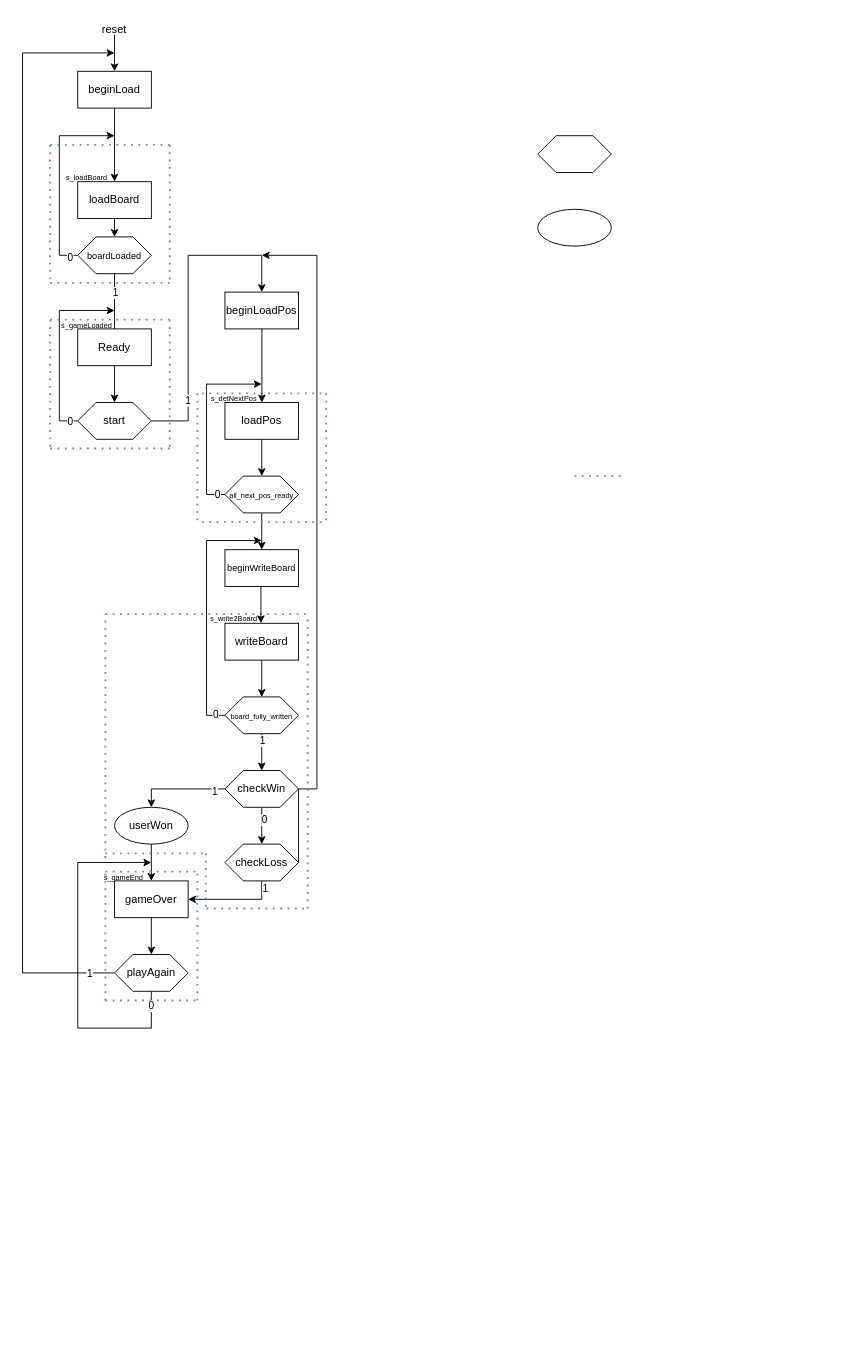
Before: desc/PacManUpdateBoardLogic.drawio in lspaya05/PacMan-FPGA, a draw.io diagram. Source tidied: cells renumbered, new cells numbered last; positions are measured from the earlier drawing's top-left corner, leaving out a move shared by most shapes. Both pictures are drawn from the tidied source at 92%, with x=0, y=0 at pixel (22, 16).
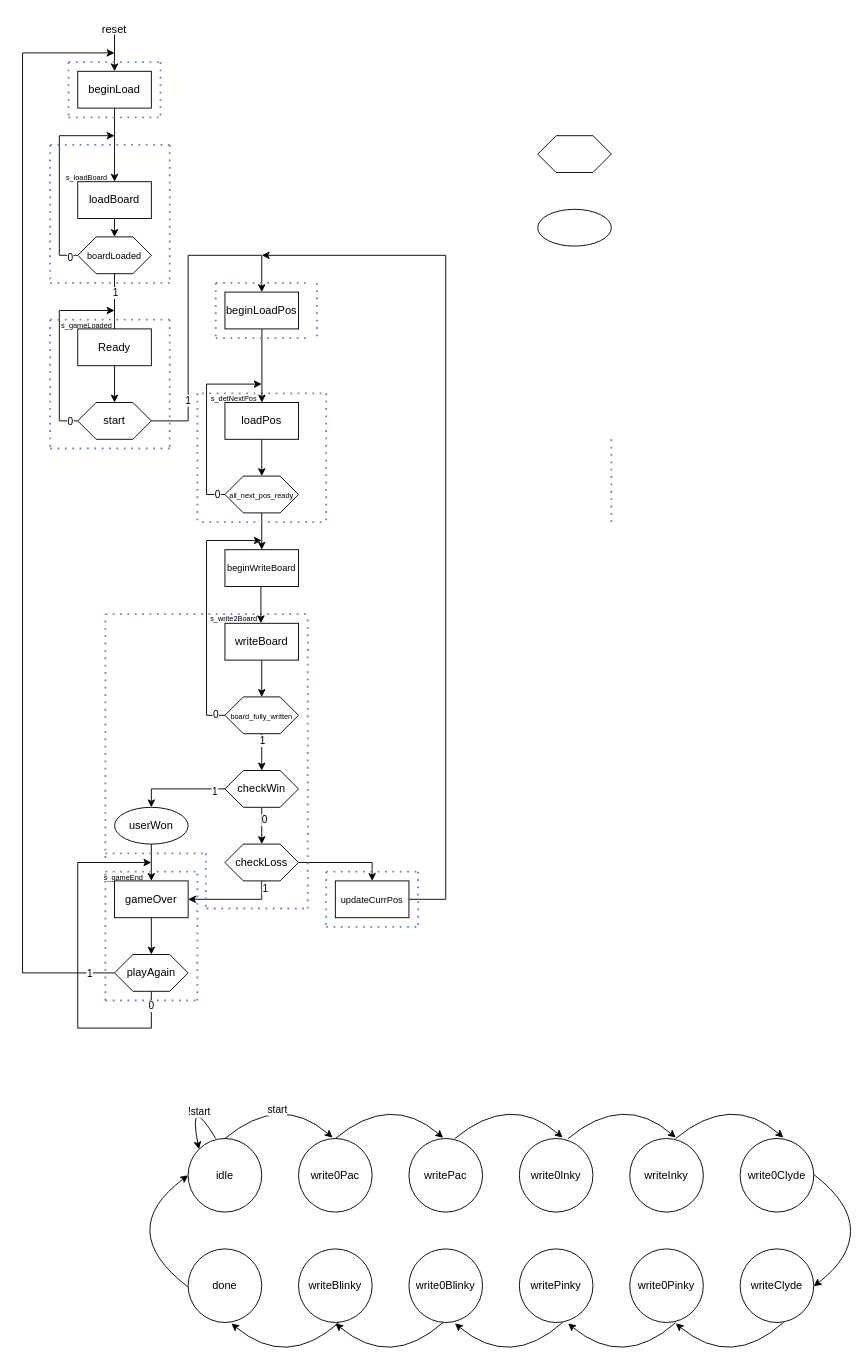
The same diagram, later.

The change refers to these unchanged cells:
```xml
<mxCell id="45" value="checkLoss" style="shape=hexagon;perimeter=hexagonPerimeter2;whiteSpace=wrap;html=1;fixedSize=1;size=20;" parent="1" vertex="1">
  <mxGeometry x="220" y="900" width="80" height="40" as="geometry" />
</mxCell>
```

What changed in the source:
```diff
@@
-    <mxCell id="44" style="edgeStyle=orthogonalEdgeStyle;rounded=0;jettySize=auto;html=1;exitX=1;exitY=0.5;exitDx=0;exitDy=0;" parent="1" edge="1" source="45">
-      <mxGeometry relative="1" as="geometry">
-        <mxPoint x="260" y="260" as="targetPoint" />
-        <Array as="points">
-          <mxPoint x="300" y="840" />
-          <mxPoint x="320" y="840" />
-          <mxPoint x="320" y="260" />
-        </Array>
-      </mxGeometry>
-    </mxCell>
+    <mxCell id="85" style="edgeStyle=orthogonalEdgeStyle;rounded=0;jettySize=auto;html=1;" parent="1" edge="1" source="45">
+      <mxGeometry relative="1" as="geometry">
+        <mxPoint x="380" y="940" as="targetPoint" />
+        <Array as="points">
+          <mxPoint x="380" y="920" />
+        </Array>
+      </mxGeometry>
+    </mxCell>
@@
     <mxCell id="51" style="endArrow=none;dashed=1;html=1;dashPattern=1 3;strokeWidth=2;rounded=0;fillColor=#dae8fc;strokeColor=#6c8ebf;" parent="1" edge="1">
       <mxGeometry relative="1" as="geometry">
-        <mxPoint x="600" y="500" as="sourcePoint" />
-        <mxPoint x="650" y="500" as="targetPoint" />
+        <mxPoint x="640" y="460" as="sourcePoint" />
+        <mxPoint x="640" y="550" as="targetPoint" />
         <Array as="points">
           <mxPoint x="640" y="500" />
         </Array>
       </mxGeometry>
     </mxCell>
@@
+    <mxCell id="86" value="write0Pac" style="ellipse;whiteSpace=wrap;html=1;" parent="1" vertex="1">
+      <mxGeometry x="300" y="1220" width="80" height="80" as="geometry" />
+    </mxCell>
+    <mxCell id="87" value="writePac" style="ellipse;whiteSpace=wrap;html=1;" parent="1" vertex="1">
+      <mxGeometry x="420" y="1220" width="80" height="80" as="geometry" />
+    </mxCell>
+    <mxCell id="88" value="write0Inky" style="ellipse;whiteSpace=wrap;html=1;" parent="1" vertex="1">
+      <mxGeometry x="540" y="1220" width="80" height="80" as="geometry" />
+    </mxCell>
+    <mxCell id="89" value="writeInky" style="ellipse;whiteSpace=wrap;html=1;" parent="1" vertex="1">
+      <mxGeometry x="660" y="1220" width="80" height="80" as="geometry" />
+    </mxCell>
+    <mxCell id="90" value="writeBlinky" style="ellipse;whiteSpace=wrap;html=1;" parent="1" vertex="1">
+      <mxGeometry x="300" y="1340" width="80" height="80" as="geometry" />
+    </mxCell>
+    <mxCell id="91" value="write0Blinky" style="ellipse;whiteSpace=wrap;html=1;" parent="1" vertex="1">
+      <mxGeometry x="420" y="1340" width="80" height="80" as="geometry" />
+    </mxCell>
+    <mxCell id="92" value="writePinky" style="ellipse;whiteSpace=wrap;html=1;" parent="1" vertex="1">
+      <mxGeometry x="540" y="1340" width="80" height="80" as="geometry" />
+    </mxCell>
+    <mxCell id="93" value="write0Pinky" style="ellipse;whiteSpace=wrap;html=1;" parent="1" vertex="1">
+      <mxGeometry x="660" y="1340" width="80" height="80" as="geometry" />
+    </mxCell>
+    <mxCell id="94" style="curved=1;endArrow=classic;html=1;rounded=0;entryX=0.465;entryY=-0.009;entryDx=0;entryDy=0;entryPerimeter=0;" parent="1" edge="1" target="87">
+      <mxGeometry relative="1" as="geometry">
+        <mxPoint x="340" y="1220" as="sourcePoint" />
+        <Array as="points">
+          <mxPoint x="400" y="1170" />
+        </Array>
+      </mxGeometry>
+    </mxCell>
+    <mxCell id="95" style="curved=1;endArrow=classic;html=1;rounded=0;entryX=0.465;entryY=-0.009;entryDx=0;entryDy=0;entryPerimeter=0;" parent="1" edge="1">
+      <mxGeometry relative="1" as="geometry">
+        <mxPoint x="470" y="1220" as="sourcePoint" />
+        <mxPoint x="587" y="1219" as="targetPoint" />
+        <Array as="points">
+          <mxPoint x="530" y="1170" />
+        </Array>
+      </mxGeometry>
+    </mxCell>
+    <mxCell id="96" style="curved=1;endArrow=classic;html=1;rounded=0;entryX=0.465;entryY=-0.009;entryDx=0;entryDy=0;entryPerimeter=0;" parent="1" edge="1">
+      <mxGeometry relative="1" as="geometry">
+        <mxPoint x="593" y="1220" as="sourcePoint" />
+        <mxPoint x="710" y="1219" as="targetPoint" />
+        <Array as="points">
+          <mxPoint x="653" y="1170" />
+        </Array>
+      </mxGeometry>
+    </mxCell>
+    <mxCell id="97" style="curved=1;endArrow=classic;html=1;rounded=0;entryX=0.465;entryY=-0.009;entryDx=0;entryDy=0;entryPerimeter=0;" parent="1" edge="1">
+      <mxGeometry relative="1" as="geometry">
+        <mxPoint x="710" y="1420" as="sourcePoint" />
+        <mxPoint x="593" y="1421" as="targetPoint" />
+        <Array as="points">
+          <mxPoint x="653" y="1471" />
+        </Array>
+      </mxGeometry>
+    </mxCell>
+    <mxCell id="98" style="curved=1;endArrow=classic;html=1;rounded=0;entryX=0.465;entryY=-0.009;entryDx=0;entryDy=0;entryPerimeter=0;" parent="1" edge="1">
+      <mxGeometry relative="1" as="geometry">
+        <mxPoint x="587" y="1420" as="sourcePoint" />
+        <mxPoint x="470" y="1421" as="targetPoint" />
+        <Array as="points">
+          <mxPoint x="530" y="1471" />
+        </Array>
+      </mxGeometry>
+    </mxCell>
+    <mxCell id="99" style="curved=1;endArrow=classic;html=1;rounded=0;entryX=0.465;entryY=-0.009;entryDx=0;entryDy=0;entryPerimeter=0;" parent="1" edge="1">
+      <mxGeometry relative="1" as="geometry">
+        <mxPoint x="457" y="1420" as="sourcePoint" />
+        <mxPoint x="340" y="1421" as="targetPoint" />
+        <Array as="points">
+          <mxPoint x="400" y="1471" />
+        </Array>
+      </mxGeometry>
+    </mxCell>
+    <mxCell id="100" value="done" style="ellipse;whiteSpace=wrap;html=1;" parent="1" vertex="1">
+      <mxGeometry x="180" y="1340" width="80" height="80" as="geometry" />
+    </mxCell>
+    <mxCell id="101" style="curved=1;endArrow=classic;html=1;rounded=0;exitX=1;exitY=0.5;exitDx=0;exitDy=0;entryX=0.995;entryY=0.515;entryDx=0;entryDy=0;entryPerimeter=0;" parent="1" edge="1">
+      <mxGeometry relative="1" as="geometry">
+        <mxPoint x="860.4" y="1259.4" as="sourcePoint" />
+        <mxPoint x="860" y="1380.6" as="targetPoint" />
+        <Array as="points">
+          <mxPoint x="900" y="1290" />
+          <mxPoint x="900" y="1350" />
+        </Array>
+      </mxGeometry>
+    </mxCell>
+    <mxCell id="102" value="write0Clyde" style="ellipse;whiteSpace=wrap;html=1;" parent="1" vertex="1">
+      <mxGeometry x="780" y="1220" width="80" height="80" as="geometry" />
+    </mxCell>
+    <mxCell id="103" value="writeClyde" style="ellipse;whiteSpace=wrap;html=1;" parent="1" vertex="1">
+      <mxGeometry x="780" y="1340" width="80" height="80" as="geometry" />
+    </mxCell>
+    <mxCell id="104" style="curved=1;endArrow=classic;html=1;rounded=0;entryX=0.465;entryY=-0.009;entryDx=0;entryDy=0;entryPerimeter=0;" parent="1" edge="1">
+      <mxGeometry relative="1" as="geometry">
+        <mxPoint x="710" y="1220" as="sourcePoint" />
+        <mxPoint x="827" y="1219" as="targetPoint" />
+        <Array as="points">
+          <mxPoint x="770" y="1170" />
+        </Array>
+      </mxGeometry>
+    </mxCell>
+    <mxCell id="105" style="curved=1;endArrow=classic;html=1;rounded=0;entryX=0.465;entryY=-0.009;entryDx=0;entryDy=0;entryPerimeter=0;" parent="1" edge="1">
+      <mxGeometry relative="1" as="geometry">
+        <mxPoint x="827" y="1420" as="sourcePoint" />
+        <mxPoint x="710" y="1421" as="targetPoint" />
+        <Array as="points">
+          <mxPoint x="770" y="1471" />
+        </Array>
+      </mxGeometry>
+    </mxCell>
+    <mxCell id="106" value="idle" style="ellipse;whiteSpace=wrap;html=1;" parent="1" vertex="1">
+      <mxGeometry x="180" y="1220" width="80" height="80" as="geometry" />
+    </mxCell>
+    <mxCell id="107" style="curved=1;endArrow=classic;html=1;rounded=0;entryX=0.465;entryY=-0.009;entryDx=0;entryDy=0;entryPerimeter=0;" parent="1" edge="1">
+      <mxGeometry relative="1" as="geometry">
+        <mxPoint x="220" y="1220" as="sourcePoint" />
+        <mxPoint x="337" y="1219" as="targetPoint" />
+        <Array as="points">
+          <mxPoint x="280" y="1170" />
+        </Array>
+      </mxGeometry>
+    </mxCell>
+    <mxCell id="108" value="start" style="edgeLabel;html=1;align=center;verticalAlign=middle;" parent="107" vertex="1">
+      <mxGeometry x="-0.17" y="-12" relative="1" as="geometry" />
+    </mxCell>
+    <mxCell id="109" style="curved=1;endArrow=classic;html=1;rounded=0;entryX=0.465;entryY=-0.009;entryDx=0;entryDy=0;entryPerimeter=0;" parent="1" edge="1">
+      <mxGeometry relative="1" as="geometry">
+        <mxPoint x="344" y="1420" as="sourcePoint" />
+        <mxPoint x="227" y="1421" as="targetPoint" />
+        <Array as="points">
+          <mxPoint x="287" y="1471" />
+        </Array>
+      </mxGeometry>
+    </mxCell>
+    <mxCell id="110" style="curved=1;endArrow=classic;html=1;rounded=0;exitX=1;exitY=0.5;exitDx=0;exitDy=0;entryX=0.995;entryY=0.515;entryDx=0;entryDy=0;entryPerimeter=0;" parent="1" edge="1">
+      <mxGeometry relative="1" as="geometry">
+        <mxPoint x="179.6" y="1381.2" as="sourcePoint" />
+        <mxPoint x="180" y="1260" as="targetPoint" />
+        <Array as="points">
+          <mxPoint x="99.6" y="1320" />
+        </Array>
+      </mxGeometry>
+    </mxCell>
+    <mxCell id="111" style="curved=1;endArrow=classic;html=1;rounded=0;entryX=0;entryY=0;entryDx=0;entryDy=0;" parent="1" edge="1" target="106">
+      <mxGeometry relative="1" as="geometry">
+        <mxPoint x="210" y="1220" as="sourcePoint" />
+        <Array as="points">
+          <mxPoint x="180" y="1170" />
+        </Array>
+      </mxGeometry>
+    </mxCell>
+    <mxCell id="112" value="!start" style="edgeLabel;html=1;align=center;verticalAlign=middle;" parent="111" vertex="1">
+      <mxGeometry x="-0.42" y="1" relative="1" as="geometry" />
+    </mxCell>
+    <mxCell id="113" style="edgeStyle=orthogonalEdgeStyle;rounded=0;jettySize=auto;html=1;" parent="1" edge="1" source="114">
+      <mxGeometry relative="1" as="geometry">
+        <mxPoint x="260" y="260" as="targetPoint" />
+        <Array as="points">
+          <mxPoint x="460" y="960" />
+          <mxPoint x="460" y="260" />
+        </Array>
+      </mxGeometry>
+    </mxCell>
+    <mxCell id="114" value="&lt;font style=&quot;font-size: 10px;&quot;&gt;updateCurrPos&lt;/font&gt;" style="rounded=0;whiteSpace=wrap;html=1;" parent="1" vertex="1">
+      <mxGeometry x="340" y="940" width="80" height="40" as="geometry" />
+    </mxCell>
+    <mxCell id="115" style="endArrow=none;dashed=1;html=1;dashPattern=1 3;strokeWidth=2;rounded=0;fillColor=#dae8fc;strokeColor=#6c8ebf;" parent="1" edge="1">
+      <mxGeometry relative="1" as="geometry">
+        <mxPoint x="210" y="350" as="sourcePoint" />
+        <mxPoint x="310" y="350" as="targetPoint" />
+        <Array as="points">
+          <mxPoint x="250" y="350" />
+        </Array>
+      </mxGeometry>
+    </mxCell>
+    <mxCell id="116" style="endArrow=none;dashed=1;html=1;dashPattern=1 3;strokeWidth=2;rounded=0;fillColor=#dae8fc;strokeColor=#6c8ebf;" parent="1" edge="1">
+      <mxGeometry relative="1" as="geometry">
+        <mxPoint x="210" y="290" as="sourcePoint" />
+        <mxPoint x="310" y="290" as="targetPoint" />
+        <Array as="points">
+          <mxPoint x="250" y="290" />
+        </Array>
+      </mxGeometry>
+    </mxCell>
+    <mxCell id="117" style="endArrow=none;dashed=1;html=1;dashPattern=1 3;strokeWidth=2;rounded=0;fillColor=#dae8fc;strokeColor=#6c8ebf;" parent="1" edge="1">
+      <mxGeometry relative="1" as="geometry">
+        <mxPoint x="50" y="50" as="sourcePoint" />
+        <mxPoint x="150" y="50" as="targetPoint" />
+      </mxGeometry>
+    </mxCell>
+    <mxCell id="118" style="endArrow=none;dashed=1;html=1;dashPattern=1 3;strokeWidth=2;rounded=0;fillColor=#dae8fc;strokeColor=#6c8ebf;" parent="1" edge="1">
+      <mxGeometry relative="1" as="geometry">
+        <mxPoint x="50" y="110" as="sourcePoint" />
+        <mxPoint x="150" y="110" as="targetPoint" />
+      </mxGeometry>
+    </mxCell>
+    <mxCell id="119" style="endArrow=none;dashed=1;html=1;dashPattern=1 3;strokeWidth=2;rounded=0;fillColor=#dae8fc;strokeColor=#6c8ebf;" parent="1" edge="1">
+      <mxGeometry relative="1" as="geometry">
+        <mxPoint x="330" y="990" as="sourcePoint" />
+        <mxPoint x="430" y="990" as="targetPoint" />
+      </mxGeometry>
+    </mxCell>
+    <mxCell id="120" style="endArrow=none;dashed=1;html=1;dashPattern=1 3;strokeWidth=2;rounded=0;fillColor=#dae8fc;strokeColor=#6c8ebf;" parent="1" edge="1">
+      <mxGeometry relative="1" as="geometry">
+        <mxPoint x="330" y="930" as="sourcePoint" />
+        <mxPoint x="430" y="930" as="targetPoint" />
+      </mxGeometry>
+    </mxCell>
+    <mxCell id="121" style="endArrow=none;dashed=1;html=1;dashPattern=1 3;strokeWidth=2;rounded=0;fillColor=#dae8fc;strokeColor=#6c8ebf;" parent="1" edge="1">
+      <mxGeometry relative="1" as="geometry">
+        <mxPoint x="320" y="290" as="sourcePoint" />
+        <mxPoint x="320" y="350" as="targetPoint" />
+        <Array as="points">
+          <mxPoint x="320" y="330" />
+        </Array>
+      </mxGeometry>
+    </mxCell>
+    <mxCell id="122" style="endArrow=none;dashed=1;html=1;dashPattern=1 3;strokeWidth=2;rounded=0;fillColor=#dae8fc;strokeColor=#6c8ebf;" parent="1" edge="1">
+      <mxGeometry relative="1" as="geometry">
+        <mxPoint x="210" y="290" as="sourcePoint" />
+        <mxPoint x="210" y="350" as="targetPoint" />
+        <Array as="points">
+          <mxPoint x="210" y="330" />
+        </Array>
+      </mxGeometry>
+    </mxCell>
+    <mxCell id="123" style="endArrow=none;dashed=1;html=1;dashPattern=1 3;strokeWidth=2;rounded=0;fillColor=#dae8fc;strokeColor=#6c8ebf;" parent="1" edge="1">
+      <mxGeometry relative="1" as="geometry">
+        <mxPoint x="430" y="930" as="sourcePoint" />
+        <mxPoint x="430" y="990" as="targetPoint" />
+        <Array as="points">
+          <mxPoint x="430" y="970" />
+        </Array>
+      </mxGeometry>
+    </mxCell>
+    <mxCell id="124" style="endArrow=none;dashed=1;html=1;dashPattern=1 3;strokeWidth=2;rounded=0;fillColor=#dae8fc;strokeColor=#6c8ebf;" parent="1" edge="1">
+      <mxGeometry relative="1" as="geometry">
+        <mxPoint x="330" y="930" as="sourcePoint" />
+        <mxPoint x="330" y="990" as="targetPoint" />
+        <Array as="points">
+          <mxPoint x="330" y="970" />
+        </Array>
+      </mxGeometry>
+    </mxCell>
+    <mxCell id="125" style="endArrow=none;dashed=1;html=1;dashPattern=1 3;strokeWidth=2;rounded=0;fillColor=#dae8fc;strokeColor=#6c8ebf;" parent="1" edge="1">
+      <mxGeometry relative="1" as="geometry">
+        <mxPoint x="150" y="50" as="sourcePoint" />
+        <mxPoint x="150" y="110" as="targetPoint" />
+        <Array as="points">
+          <mxPoint x="150" y="90" />
+        </Array>
+      </mxGeometry>
+    </mxCell>
+    <mxCell id="126" style="endArrow=none;dashed=1;html=1;dashPattern=1 3;strokeWidth=2;rounded=0;fillColor=#dae8fc;strokeColor=#6c8ebf;" parent="1" edge="1">
+      <mxGeometry relative="1" as="geometry">
+        <mxPoint x="50" y="50" as="sourcePoint" />
+        <mxPoint x="50" y="110" as="targetPoint" />
+        <Array as="points">
+          <mxPoint x="50" y="90" />
+        </Array>
+      </mxGeometry>
+    </mxCell>
```
